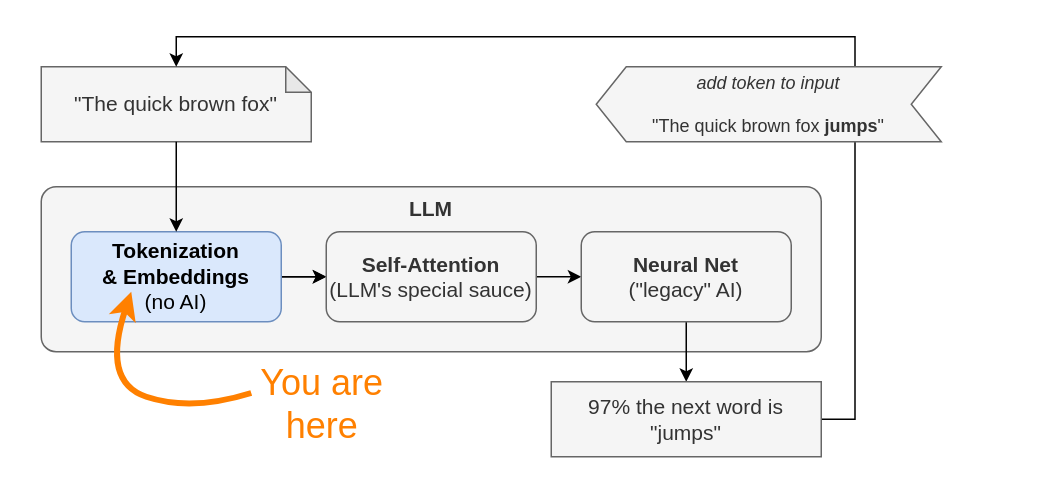
Earlier version of the draw.io diagram book/images/04/llm-flow-input.drawio (yshavit/llm-notes). Source tidied: cells renumbered, new cells numbered last; positions are measured from the earlier drawing's top-left corner, leaving out a move shared by most shapes. Both pictures are drawn from the tidied source at 150%, with x=0, y=0 at pixel (40, 66).
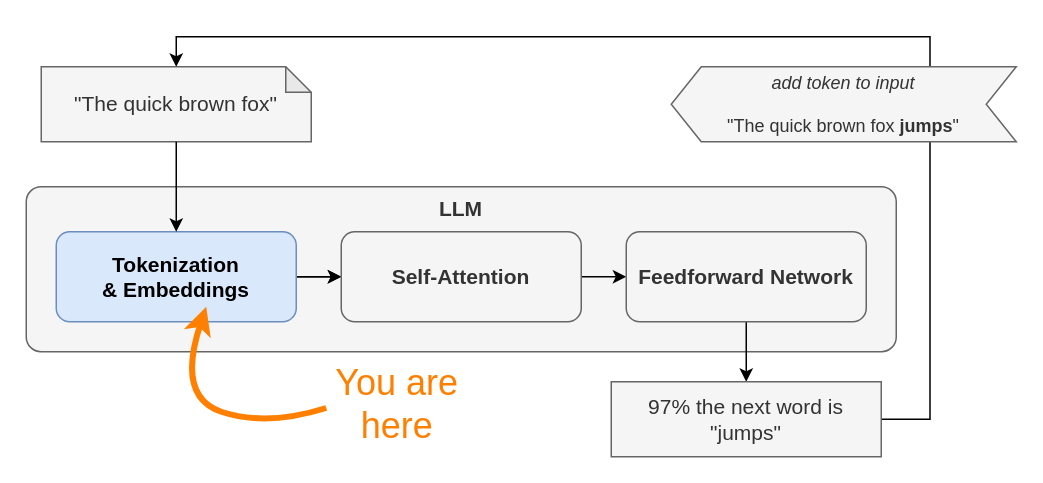
Above is the later version.

Commit message (it also covers changes not shown here):
"neural net" -> FFN

Change to the diagram source:
```diff
@@
     <mxCell id="3" value="LLM" style="rounded=1;whiteSpace=wrap;html=1;fillColor=#f5f5f5;strokeColor=#666666;arcSize=9;verticalAlign=top;fontSize=14;fontStyle=1;labelBackgroundColor=none;fontColor=#333333;" parent="1" vertex="1">
-      <mxGeometry y="80" width="520" height="110" as="geometry" />
+      <mxGeometry x="-10" y="80" width="580" height="110" as="geometry" />
     </mxCell>
@@
-    <mxCell id="6" value="&lt;b&gt;Tokenization&lt;br&gt;&amp;amp; Embeddings&lt;/b&gt;&lt;br&gt;(no AI)" style="rounded=1;whiteSpace=wrap;html=1;fillColor=#dae8fc;strokeColor=#6c8ebf;fontSize=14;" parent="1" vertex="1">
-      <mxGeometry x="20" y="110" width="140" height="60" as="geometry" />
+    <mxCell id="6" value="&lt;b&gt;Tokenization&lt;br&gt;&amp;amp; Embeddings&lt;/b&gt;" style="rounded=1;whiteSpace=wrap;html=1;fillColor=#dae8fc;strokeColor=#6c8ebf;fontSize=14;" parent="1" vertex="1">
+      <mxGeometry x="10" y="110" width="160" height="60" as="geometry" />
     </mxCell>
@@
-    <mxCell id="8" value="&lt;b&gt;Self-Attention&lt;/b&gt;&lt;br&gt;(LLM's special sauce)" style="rounded=1;whiteSpace=wrap;html=1;fillColor=#f5f5f5;fontColor=#333333;strokeColor=#666666;fontSize=14;" parent="1" vertex="1">
-      <mxGeometry x="190" y="110" width="140" height="60" as="geometry" />
+    <mxCell id="8" value="&lt;b&gt;Self-Attention&lt;/b&gt;" style="rounded=1;whiteSpace=wrap;html=1;fillColor=#f5f5f5;fontColor=#333333;strokeColor=#666666;fontSize=14;" parent="1" vertex="1">
+      <mxGeometry x="200" y="110" width="160" height="60" as="geometry" />
     </mxCell>
@@
-    <mxCell id="10" value="&lt;b&gt;Neural Net&lt;/b&gt;&lt;br&gt;(&quot;legacy&quot; AI)" style="rounded=1;whiteSpace=wrap;html=1;fillColor=#f5f5f5;fontColor=#333333;strokeColor=#666666;fontSize=14;" parent="1" vertex="1">
-      <mxGeometry x="360" y="110" width="140" height="60" as="geometry" />
+    <mxCell id="10" value="&lt;b&gt;Feedforward Network&lt;/b&gt;" style="rounded=1;whiteSpace=wrap;html=1;fillColor=#f5f5f5;fontColor=#333333;strokeColor=#666666;fontSize=14;" parent="1" vertex="1">
+      <mxGeometry x="390" y="110" width="160" height="60" as="geometry" />
     </mxCell>
@@
     <mxCell id="12" value="97% the next word is &quot;jumps&quot;" style="rounded=0;whiteSpace=wrap;html=1;fontSize=14;fillColor=#f5f5f5;strokeColor=#666666;fontColor=#333333;" parent="1" vertex="1">
-      <mxGeometry x="340" y="210" width="180" height="50" as="geometry" />
+      <mxGeometry x="380" y="210" width="180" height="50" as="geometry" />
     </mxCell>
@@
     <mxCell id="14" value="&lt;i&gt;add token to input&lt;/i&gt;&lt;div&gt;&lt;br&gt;&lt;/div&gt;&lt;div&gt;&quot;The quick brown fox &lt;b&gt;jumps&lt;/b&gt;&quot;&lt;/div&gt;" style="shape=step;perimeter=stepPerimeter;whiteSpace=wrap;html=1;fixedSize=1;fillColor=#f5f5f5;strokeColor=#666666;size=20;flipH=1;fontColor=#333333;" parent="1" vertex="1">
-      <mxGeometry x="370" width="230" height="50" as="geometry" />
+      <mxGeometry x="420" width="230" height="50" as="geometry" />
     </mxCell>
@@
     <mxCell id="16" style="curved=1;endArrow=classic;html=1;rounded=0;endFill=1;strokeWidth=4;fillColor=#d80073;strokeColor=#FF8000;startFill=1;comic=0;exitX=0;exitY=0.25;exitDx=0;exitDy=0;" parent="1" edge="1">
       <mxGeometry relative="1" as="geometry">
-        <mxPoint x="140" y="217.5" as="sourcePoint" />
-        <mxPoint x="60" y="150" as="targetPoint" />
+        <mxPoint x="190" y="227.5" as="sourcePoint" />
+        <mxPoint x="110" y="160" as="targetPoint" />
         <Array as="points">
-          <mxPoint x="100" y="230" />
-          <mxPoint x="40" y="210" />
+          <mxPoint x="150" y="240" />
+          <mxPoint x="90" y="220" />
         </Array>
       </mxGeometry>
     </mxCell>
     <mxCell id="17" value="You are here" style="text;strokeColor=none;fillColor=none;align=center;verticalAlign=middle;rounded=0;fontSize=24;fontColor=#FF8000;labelBorderColor=none;textShadow=0;horizontal=1;glass=0;shadow=0;labelBackgroundColor=none;whiteSpace=wrap;html=1;convertToSvg=0;" parent="1" vertex="1">
-      <mxGeometry x="140" y="210" width="95" height="30" as="geometry" />
+      <mxGeometry x="190" y="210" width="95" height="30" as="geometry" />
     </mxCell>
```
